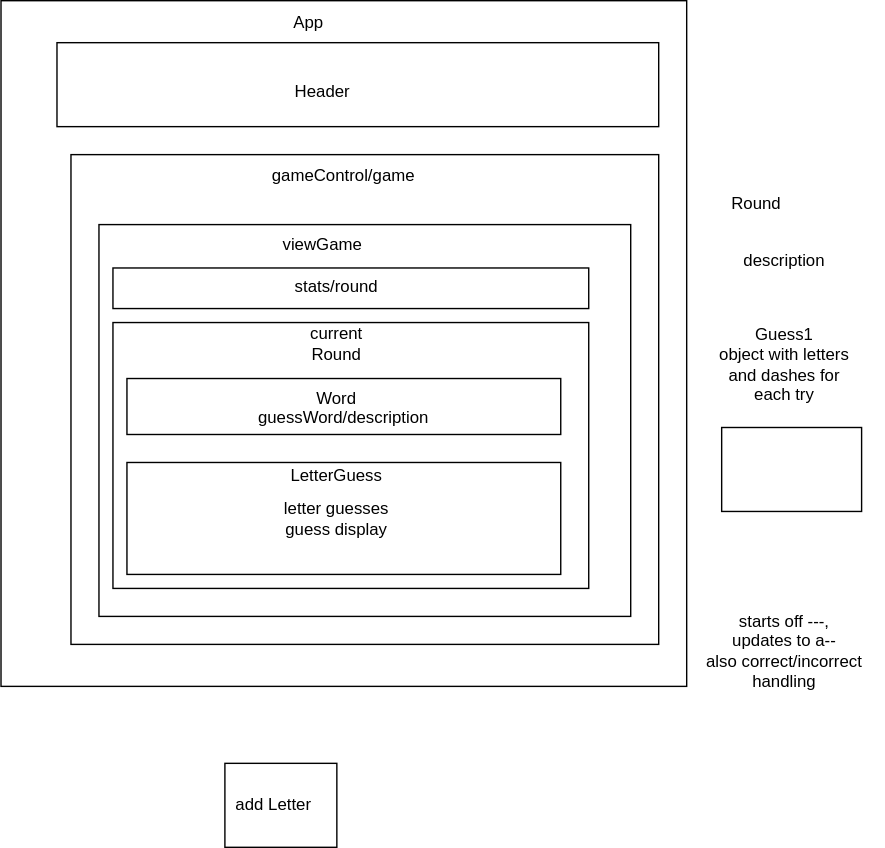
Above: diagram.drawio.svg in ChrisRDavila/redux-word-puzzle (draw.io), before the change. Source tidied: cells renumbered, new cells last; positions are measured from the earlier drawing's top-left corner, leaving out a move shared by most shapes. Its diagram source:
```xml
<mxGraphModel>
  <root>
    <mxCell id="0" />
    <mxCell id="1" parent="0" />
    <mxCell id="2" style="whiteSpace=wrap;html=1;" parent="1" vertex="1">
      <mxGeometry width="490" height="490" as="geometry" />
    </mxCell>
    <mxCell id="3" style="rounded=0;whiteSpace=wrap;html=1;" parent="1" vertex="1">
      <mxGeometry x="40" y="30" width="430" height="60" as="geometry" />
    </mxCell>
    <mxCell id="4" value="App" style="text;html=1;strokeColor=none;fillColor=none;align=center;verticalAlign=middle;whiteSpace=wrap;rounded=0;" parent="1" vertex="1">
      <mxGeometry x="190" y="1" width="60" height="30" as="geometry" />
    </mxCell>
    <mxCell id="5" value="Header" style="text;html=1;strokeColor=none;fillColor=none;align=center;verticalAlign=middle;whiteSpace=wrap;rounded=0;" parent="1" vertex="1">
      <mxGeometry x="200" y="50" width="60" height="30" as="geometry" />
    </mxCell>
    <mxCell id="6" style="rounded=0;whiteSpace=wrap;html=1;" parent="1" vertex="1">
      <mxGeometry x="50" y="110" width="420" height="350" as="geometry" />
    </mxCell>
    <mxCell id="7" value="gameControl/game" style="text;html=1;strokeColor=none;fillColor=none;align=center;verticalAlign=middle;whiteSpace=wrap;rounded=0;" parent="1" vertex="1">
      <mxGeometry x="215" y="110" width="60" height="30" as="geometry" />
    </mxCell>
    <mxCell id="8" style="rounded=0;whiteSpace=wrap;html=1;" parent="1" vertex="1">
      <mxGeometry x="70" y="160" width="380" height="280" as="geometry" />
    </mxCell>
    <mxCell id="9" value="Round" style="text;html=1;strokeColor=none;fillColor=none;align=center;verticalAlign=middle;whiteSpace=wrap;rounded=0;" parent="1" vertex="1">
      <mxGeometry x="510" y="130" width="60" height="30" as="geometry" />
    </mxCell>
    <mxCell id="10" style="rounded=0;whiteSpace=wrap;html=1;" parent="1" vertex="1">
      <mxGeometry x="515" y="305" width="100" height="60" as="geometry" />
    </mxCell>
    <mxCell id="11" value="Guess1&lt;br&gt;object with letters and dashes for each try" style="text;html=1;strokeColor=none;fillColor=none;align=center;verticalAlign=middle;whiteSpace=wrap;rounded=0;" parent="1" vertex="1">
      <mxGeometry x="505" y="245" width="110" height="30" as="geometry" />
    </mxCell>
    <mxCell id="12" style="rounded=0;whiteSpace=wrap;html=1;" parent="1" vertex="1">
      <mxGeometry x="160" y="545" width="80" height="60" as="geometry" />
    </mxCell>
    <mxCell id="13" value="add Letter" style="text;html=1;strokeColor=none;fillColor=none;align=center;verticalAlign=middle;whiteSpace=wrap;rounded=0;" parent="1" vertex="1">
      <mxGeometry x="155" y="560" width="80" height="30" as="geometry" />
    </mxCell>
    <mxCell id="14" value="starts off ---,&lt;br&gt;updates to a--&lt;br&gt;also correct/incorrect&lt;br&gt;handling" style="text;html=1;strokeColor=none;fillColor=none;align=center;verticalAlign=middle;whiteSpace=wrap;rounded=0;" parent="1" vertex="1">
      <mxGeometry x="490" y="450" width="140" height="30" as="geometry" />
    </mxCell>
    <mxCell id="15" value="description" style="text;html=1;strokeColor=none;fillColor=none;align=center;verticalAlign=middle;whiteSpace=wrap;rounded=0;" parent="1" vertex="1">
      <mxGeometry x="530" y="171" width="60" height="30" as="geometry" />
    </mxCell>
    <mxCell id="16" style="rounded=0;whiteSpace=wrap;html=1;" parent="1" vertex="1">
      <mxGeometry x="80" y="230" width="340" height="190" as="geometry" />
    </mxCell>
    <mxCell id="17" value="viewGame" style="text;html=1;strokeColor=none;fillColor=none;align=center;verticalAlign=middle;whiteSpace=wrap;rounded=0;" parent="1" vertex="1">
      <mxGeometry x="200" y="160" width="60" height="30" as="geometry" />
    </mxCell>
    <mxCell id="18" style="rounded=0;whiteSpace=wrap;html=1;" parent="1" vertex="1">
      <mxGeometry x="80" y="191" width="340" height="29" as="geometry" />
    </mxCell>
    <mxCell id="19" value="stats/round" style="text;html=1;strokeColor=none;fillColor=none;align=center;verticalAlign=middle;whiteSpace=wrap;rounded=0;" parent="1" vertex="1">
      <mxGeometry x="210" y="190" width="60" height="30" as="geometry" />
    </mxCell>
    <mxCell id="20" value="current Round" style="text;html=1;strokeColor=none;fillColor=none;align=center;verticalAlign=middle;whiteSpace=wrap;rounded=0;" parent="1" vertex="1">
      <mxGeometry x="210" y="230" width="60" height="30" as="geometry" />
    </mxCell>
    <mxCell id="21" style="rounded=0;whiteSpace=wrap;html=1;" parent="1" vertex="1">
      <mxGeometry x="90" y="270" width="310" height="40" as="geometry" />
    </mxCell>
    <mxCell id="22" value="guessWord/description" style="text;html=1;strokeColor=none;fillColor=none;align=center;verticalAlign=middle;whiteSpace=wrap;rounded=0;" parent="1" vertex="1">
      <mxGeometry x="170" y="295" width="150" height="5" as="geometry" />
    </mxCell>
    <mxCell id="23" style="rounded=0;whiteSpace=wrap;html=1;" parent="1" vertex="1">
      <mxGeometry x="90" y="330" width="310" height="80" as="geometry" />
    </mxCell>
    <mxCell id="24" value="letter guesses&lt;br&gt;guess display" style="text;html=1;strokeColor=none;fillColor=none;align=center;verticalAlign=middle;whiteSpace=wrap;rounded=0;" parent="1" vertex="1">
      <mxGeometry x="100" y="355" width="280" height="30" as="geometry" />
    </mxCell>
    <mxCell id="25" value="Word" style="text;html=1;strokeColor=none;fillColor=none;align=center;verticalAlign=middle;whiteSpace=wrap;rounded=0;" parent="1" vertex="1">
      <mxGeometry x="210" y="270" width="60" height="30" as="geometry" />
    </mxCell>
    <mxCell id="26" value="LetterGuess" style="text;html=1;strokeColor=none;fillColor=none;align=center;verticalAlign=middle;whiteSpace=wrap;rounded=0;" parent="1" vertex="1">
      <mxGeometry x="210" y="325" width="60" height="30" as="geometry" />
    </mxCell>
  </root>
</mxGraphModel>
```
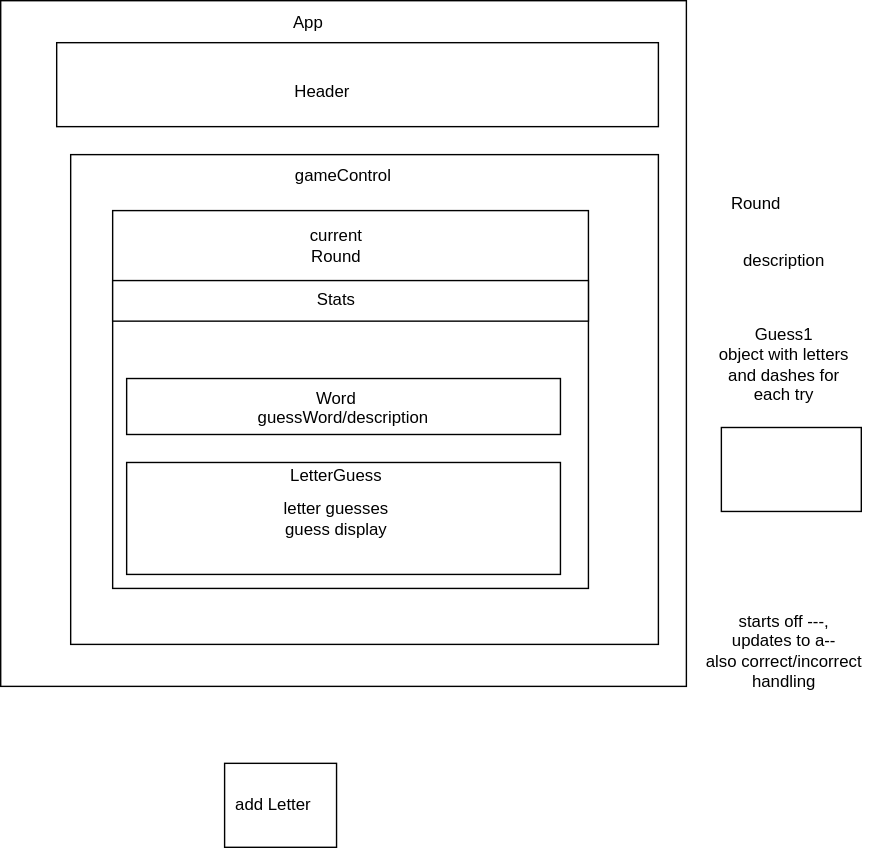
Later version of the same file.

What changed in the source:
```diff
@@ -17,12 +17,9 @@
     <mxCell id="6" style="rounded=0;whiteSpace=wrap;html=1;" parent="1" vertex="1">
       <mxGeometry x="50" y="110" width="420" height="350" as="geometry" />
     </mxCell>
-    <mxCell id="7" value="gameControl/game" style="text;html=1;strokeColor=none;fillColor=none;align=center;verticalAlign=middle;whiteSpace=wrap;rounded=0;" parent="1" vertex="1">
+    <mxCell id="7" value="gameControl" style="text;html=1;strokeColor=none;fillColor=none;align=center;verticalAlign=middle;whiteSpace=wrap;rounded=0;" parent="1" vertex="1">
       <mxGeometry x="215" y="110" width="60" height="30" as="geometry" />
     </mxCell>
-    <mxCell id="8" style="rounded=0;whiteSpace=wrap;html=1;" parent="1" vertex="1">
-      <mxGeometry x="70" y="160" width="380" height="280" as="geometry" />
-    </mxCell>
     <mxCell id="9" value="Round" style="text;html=1;strokeColor=none;fillColor=none;align=center;verticalAlign=middle;whiteSpace=wrap;rounded=0;" parent="1" vertex="1">
       <mxGeometry x="510" y="130" width="60" height="30" as="geometry" />
     </mxCell>
@@ -45,19 +42,16 @@
       <mxGeometry x="530" y="171" width="60" height="30" as="geometry" />
     </mxCell>
     <mxCell id="16" style="rounded=0;whiteSpace=wrap;html=1;" parent="1" vertex="1">
-      <mxGeometry x="80" y="230" width="340" height="190" as="geometry" />
+      <mxGeometry x="80" y="150" width="340" height="270" as="geometry" />
     </mxCell>
-    <mxCell id="17" value="viewGame" style="text;html=1;strokeColor=none;fillColor=none;align=center;verticalAlign=middle;whiteSpace=wrap;rounded=0;" parent="1" vertex="1">
-      <mxGeometry x="200" y="160" width="60" height="30" as="geometry" />
-    </mxCell>
     <mxCell id="18" style="rounded=0;whiteSpace=wrap;html=1;" parent="1" vertex="1">
-      <mxGeometry x="80" y="191" width="340" height="29" as="geometry" />
+      <mxGeometry x="80" y="200" width="340" height="29" as="geometry" />
     </mxCell>
-    <mxCell id="19" value="stats/round" style="text;html=1;strokeColor=none;fillColor=none;align=center;verticalAlign=middle;whiteSpace=wrap;rounded=0;" parent="1" vertex="1">
-      <mxGeometry x="210" y="190" width="60" height="30" as="geometry" />
+    <mxCell id="19" value="Stats" style="text;html=1;strokeColor=none;fillColor=none;align=center;verticalAlign=middle;whiteSpace=wrap;rounded=0;" parent="1" vertex="1">
+      <mxGeometry x="210" y="199" width="60" height="30" as="geometry" />
     </mxCell>
     <mxCell id="20" value="current Round" style="text;html=1;strokeColor=none;fillColor=none;align=center;verticalAlign=middle;whiteSpace=wrap;rounded=0;" parent="1" vertex="1">
-      <mxGeometry x="210" y="230" width="60" height="30" as="geometry" />
+      <mxGeometry x="210" y="160" width="60" height="30" as="geometry" />
     </mxCell>
     <mxCell id="21" style="rounded=0;whiteSpace=wrap;html=1;" parent="1" vertex="1">
       <mxGeometry x="90" y="270" width="310" height="40" as="geometry" />
```
